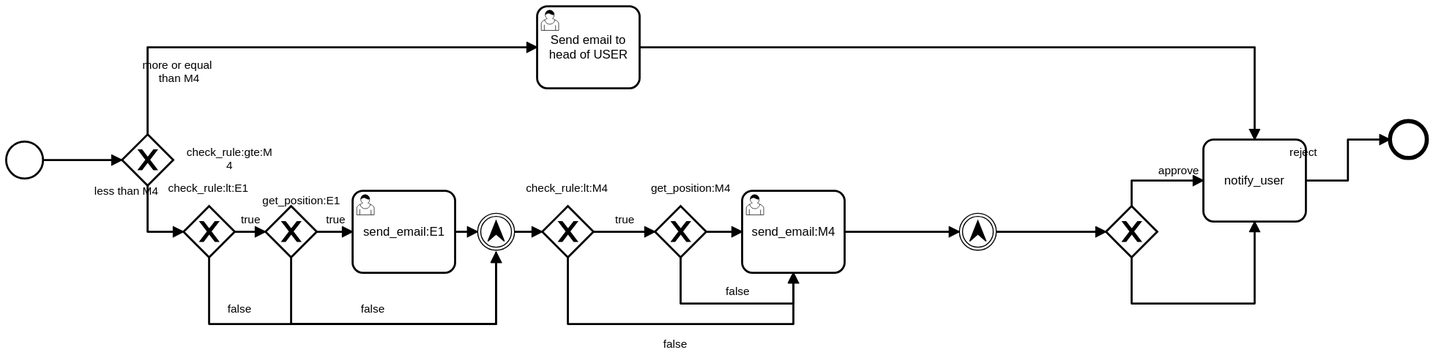
The BPMN diagram processes/E-Leave.svg in gieyazka/bpmn_server, before a commit. Its source is kept beside it as processes/E-Leave.bpmn. Ids are renumbered.
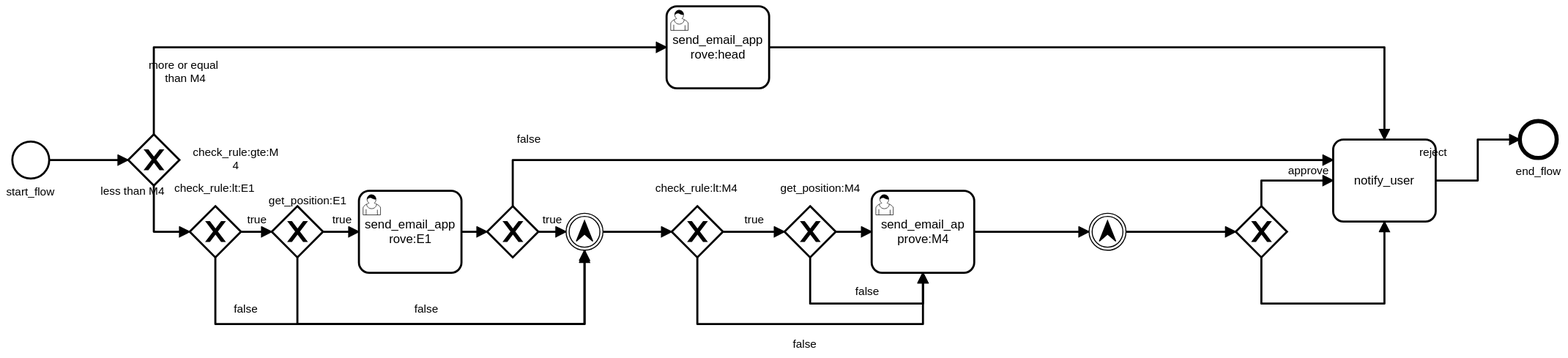
After the commit.

What changed in the source:
```diff
@@ -1,10 +1,10 @@
 <bpmn2:definitions xmlns:xsi="http://www.w3.org/2001/XMLSchema-instance" xmlns:bpmn2="http://www.omg.org/spec/BPMN/20100524/MODEL" xmlns:bpmndi="http://www.omg.org/spec/BPMN/20100524/DI" xmlns:dc="http://www.omg.org/spec/DD/20100524/DC" xmlns:di="http://www.omg.org/spec/DD/20100524/DI" id="sample-diagram" targetNamespace="http://bpmn.io/schema/bpmn" xsi:schemaLocation="http://www.omg.org/spec/BPMN/20100524/MODEL BPMN20.xsd">
-  <bpmn2:process id="Process_1" name="higher than sub_section" isExecutable="false">
-    <bpmn2:startEvent id="StartEvent_1">
+  <bpmn2:process id="Process_1" name="End" isExecutable="false">
+    <bpmn2:startEvent id="StartEvent_1" name="start_flow">
       <bpmn2:outgoing>Flow_n1</bpmn2:outgoing>
     </bpmn2:startEvent>
     <bpmn2:sequenceFlow id="Flow_n1" sourceRef="StartEvent_1" targetRef="checkRule_gte_M2" />
-    <bpmn2:endEvent id="Event_n2">
+    <bpmn2:endEvent id="Event_n2" name="end_flow">
       <bpmn2:incoming>Flow_n3</bpmn2:incoming>
     </bpmn2:endEvent>
     <bpmn2:exclusiveGateway id="checkRule_gte_M2" name="check_rule:gte:M4">
@@ -15,7 +15,7 @@
     <bpmn2:sequenceFlow id="Flow_n4" name="more or equal  than M4" sourceRef="checkRule_gte_M2" targetRef="Activity_n6">
       <bpmn2:conditionExpression xsi:type="bpmn2:tFormalExpression" language="JavaScript">(item.token.execution.output['checkStatus']  ===  true)</bpmn2:conditionExpression>
     </bpmn2:sequenceFlow>
-    <bpmn2:userTask id="Activity_n6" name="Send email to head of USER">
+    <bpmn2:userTask id="Activity_n6" name="send_email_approve:head">
       <bpmn2:incoming>Flow_n4</bpmn2:incoming>
       <bpmn2:outgoing>Flow_n7</bpmn2:outgoing>
     </bpmn2:userTask>
@@ -29,6 +29,7 @@
       <bpmn2:incoming>Flow_n12</bpmn2:incoming>
       <bpmn2:incoming>Flow_n9</bpmn2:incoming>
       <bpmn2:incoming>Flow_n7</bpmn2:incoming>
+      <bpmn2:incoming>Flow_n35</bpmn2:incoming>
       <bpmn2:outgoing>Flow_n3</bpmn2:outgoing>
     </bpmn2:task>
     <bpmn2:exclusiveGateway id="Gateway_n10">
@@ -51,7 +52,7 @@
       <bpmn2:outgoing>Flow_n17</bpmn2:outgoing>
       <bpmn2:outgoing>Flow_n18</bpmn2:outgoing>
     </bpmn2:exclusiveGateway>
-    <bpmn2:userTask id="send_email" name="send_email:E1">
+    <bpmn2:userTask id="send_email" name="send_email_approve:E1">
       <bpmn2:incoming>Flow_n17</bpmn2:incoming>
       <bpmn2:outgoing>Flow_n19</bpmn2:outgoing>
     </bpmn2:userTask>
@@ -78,21 +79,21 @@
       <bpmn2:conditionExpression xsi:type="bpmn2:tFormalExpression" language="JavaScript">(item.token.execution.output["checkStatus"]  ===  true)</bpmn2:conditionExpression>
     </bpmn2:sequenceFlow>
     <bpmn2:sequenceFlow id="Flow_n15" name="false" sourceRef="Gateway_n8" targetRef="Event_n28">
-      <bpmn2:conditionExpression xsi:type="bpmn2:tFormalExpression" language="">(item.token.execution.output["checkStatus"]  ===  false)</bpmn2:conditionExpression>
+      <bpmn2:conditionExpression xsi:type="bpmn2:tFormalExpression" language="JavaScript">(item.token.execution.output["checkStatus"]  ===  false)</bpmn2:conditionExpression>
     </bpmn2:sequenceFlow>
     <bpmn2:sequenceFlow id="Flow_n18" name="false" sourceRef="Gateway_n16" targetRef="Event_n28">
       <bpmn2:conditionExpression xsi:type="bpmn2:tFormalExpression" language="JavaScript">(item.token.execution.output["checkStatus"]  ===  false)</bpmn2:conditionExpression>
     </bpmn2:sequenceFlow>
     <bpmn2:intermediateThrowEvent id="Event_n28">
-      <bpmn2:incoming>Flow_n19</bpmn2:incoming>
+      <bpmn2:incoming>Flow_n36</bpmn2:incoming>
       <bpmn2:incoming>Flow_n15</bpmn2:incoming>
       <bpmn2:incoming>Flow_n18</bpmn2:incoming>
       <bpmn2:outgoing>Flow_n21</bpmn2:outgoing>
       <bpmn2:escalationEventDefinition id="EscalationEventDefinition_n29" />
     </bpmn2:intermediateThrowEvent>
-    <bpmn2:sequenceFlow id="Flow_n19" sourceRef="send_email" targetRef="Event_n28" />
+    <bpmn2:sequenceFlow id="Flow_n19" sourceRef="send_email" targetRef="Gateway_n37" />
     <bpmn2:sequenceFlow id="Flow_n21" sourceRef="Event_n28" targetRef="Gateway_n20" />
-    <bpmn2:userTask id="Activity_n27" name="send_email:M4">
+    <bpmn2:userTask id="Activity_n27" name="send_email_approve:M4">
       <bpmn2:incoming>Flow_n25</bpmn2:incoming>
       <bpmn2:incoming>Flow_n26</bpmn2:incoming>
       <bpmn2:incoming>Flow_n23</bpmn2:incoming>
@@ -111,50 +112,76 @@
     </bpmn2:sequenceFlow>
     <bpmn2:sequenceFlow id="Flow_n30" sourceRef="Activity_n27" targetRef="Event_n31" />
     <bpmn2:sequenceFlow id="Flow_n13" sourceRef="Event_n31" targetRef="Gateway_n10" />
+    <bpmn2:exclusiveGateway id="Gateway_n37">
+      <bpmn2:incoming>Flow_n19</bpmn2:incoming>
+      <bpmn2:outgoing>Flow_n36</bpmn2:outgoing>
+      <bpmn2:outgoing>Flow_n35</bpmn2:outgoing>
+    </bpmn2:exclusiveGateway>
+    <bpmn2:sequenceFlow id="Flow_n36" name="true" sourceRef="Gateway_n37" targetRef="Event_n28">
+      <bpmn2:conditionExpression xsi:type="bpmn2:tFormalExpression" language="JavaScript">(item.token.execution.output["checkStatus"]  ===  true)</bpmn2:conditionExpression>
+    </bpmn2:sequenceFlow>
+    <bpmn2:sequenceFlow id="Flow_n35" name="false" sourceRef="Gateway_n37" targetRef="Activity_n11">
+      <bpmn2:conditionExpression xsi:type="bpmn2:tFormalExpression" language="JavaScript">(item.token.execution.output["checkStatus"]  ===  false)</bpmn2:conditionExpression>
+    </bpmn2:sequenceFlow>
   </bpmn2:process>
   <bpmn2:signal id="Signal_n33" name="Signal_3lfpi4g" />
   <bpmn2:signal id="Signal_n34" name="checkSection" />
   <bpmndi:BPMNDiagram id="BPMNDiagram_1">
     <bpmndi:BPMNPlane id="BPMNPlane_1" bpmnElement="Process_1">
+      <bpmndi:BPMNEdge id="Flow_n35_di" bpmnElement="Flow_n35">
+        <di:waypoint x="650" y="345" />
+        <di:waypoint x="650" y="300" />
+        <di:waypoint x="1450" y="300" />
+        <bpmndi:BPMNLabel>
+          <dc:Bounds x="654" y="273" width="23" height="14" />
+        </bpmndi:BPMNLabel>
+      </bpmndi:BPMNEdge>
+      <bpmndi:BPMNEdge id="Flow_n36_di" bpmnElement="Flow_n36">
+        <di:waypoint x="675" y="370" />
+        <di:waypoint x="702" y="370" />
+        <bpmndi:BPMNLabel>
+          <dc:Bounds x="679" y="352" width="19" height="14" />
+        </bpmndi:BPMNLabel>
+      </bpmndi:BPMNEdge>
       <bpmndi:BPMNEdge id="Flow_n13_di" bpmnElement="Flow_n13">
-        <di:waypoint x="1128" y="370" />
-        <di:waypoint x="1235" y="370" />
+        <di:waypoint x="1248" y="370" />
+        <di:waypoint x="1355" y="370" />
       </bpmndi:BPMNEdge>
       <bpmndi:BPMNEdge id="Flow_n30_di" bpmnElement="Flow_n30">
-        <di:waypoint x="980" y="370" />
-        <di:waypoint x="1092" y="370" />
+        <di:waypoint x="1100" y="370" />
+        <di:waypoint x="1212" y="370" />
       </bpmndi:BPMNEdge>
       <bpmndi:BPMNEdge id="Flow_n26_di" bpmnElement="Flow_n26">
-        <di:waypoint x="820" y="395" />
-        <di:waypoint x="820" y="440" />
-        <di:waypoint x="930" y="440" />
-        <di:waypoint x="930" y="410" />
+        <di:waypoint x="940" y="395" />
+        <di:waypoint x="940" y="440" />
+        <di:waypoint x="1050" y="440" />
+        <di:waypoint x="1050" y="410" />
         <bpmndi:BPMNLabel>
-          <dc:Bounds x="864" y="422" width="23" height="14" />
+          <dc:Bounds x="984" y="422" width="23" height="14" />
         </bpmndi:BPMNLabel>
       </bpmndi:BPMNEdge>
       <bpmndi:BPMNEdge id="Flow_n23_di" bpmnElement="Flow_n23">
-        <di:waypoint x="710" y="395" />
-        <di:waypoint x="710" y="460" />
-        <di:waypoint x="930" y="460" />
-        <di:waypoint x="930" y="410" />
+        <di:waypoint x="830" y="395" />
+        <di:waypoint x="830" y="460" />
+        <di:waypoint x="1050" y="460" />
+        <di:waypoint x="1050" y="410" />
         <bpmndi:BPMNLabel>
-          <dc:Bounds x="803" y="473" width="23" height="14" />
+          <dc:Bounds x="923" y="473" width="23" height="14" />
         </bpmndi:BPMNLabel>
       </bpmndi:BPMNEdge>
       <bpmndi:BPMNEdge id="Flow_n21_di" bpmnElement="Flow_n21">
-        <di:waypoint x="658" y="370" />
-        <di:waypoint x="685" y="370" />
+        <di:waypoint x="738" y="370" />
+        <di:waypoint x="805" y="370" />
       </bpmndi:BPMNEdge>
       <bpmndi:BPMNEdge id="Flow_n19_di" bpmnElement="Flow_n19">
         <di:waypoint x="600" y="370" />
-        <di:waypoint x="622" y="370" />
+        <di:waypoint x="625" y="370" />
       </bpmndi:BPMNEdge>
       <bpmndi:BPMNEdge id="Flow_n18_di" bpmnElement="Flow_n18">
         <di:waypoint x="440" y="395" />
         <di:waypoint x="440" y="460" />
-        <di:waypoint x="640" y="460" />
-        <di:waypoint x="640" y="390" />
+        <di:waypoint x="720" y="460" />
+        <di:waypoint x="720" y="388" />
         <bpmndi:BPMNLabel>
           <dc:Bounds x="378" y="439" width="23" height="14" />
         </bpmndi:BPMNLabel>
@@ -162,21 +189,21 @@
       <bpmndi:BPMNEdge id="Flow_n15_di" bpmnElement="Flow_n15">
         <di:waypoint x="360" y="395" />
         <di:waypoint x="360" y="460" />
-        <di:waypoint x="640" y="460" />
-        <di:waypoint x="640" y="390" />
+        <di:waypoint x="720" y="460" />
+        <di:waypoint x="720" y="390" />
         <bpmndi:BPMNLabel>
-          <dc:Bounds x="508" y="439" width="23" height="14" />
+          <dc:Bounds x="554" y="439" width="23" height="14" />
         </bpmndi:BPMNLabel>
       </bpmndi:BPMNEdge>
       <bpmndi:BPMNEdge id="Flow_n25_di" bpmnElement="Flow_n25">
-        <di:waypoint x="845" y="370" />
-        <di:waypoint x="880" y="370" />
+        <di:waypoint x="965" y="370" />
+        <di:waypoint x="1000" y="370" />
       </bpmndi:BPMNEdge>
       <bpmndi:BPMNEdge id="Flow_n22_di" bpmnElement="Flow_n22">
-        <di:waypoint x="735" y="370" />
-        <di:waypoint x="795" y="370" />
+        <di:waypoint x="855" y="370" />
+        <di:waypoint x="915" y="370" />
         <bpmndi:BPMNLabel>
-          <dc:Bounds x="756" y="352" width="19" height="14" />
+          <dc:Bounds x="876" y="352" width="19" height="14" />
         </bpmndi:BPMNLabel>
       </bpmndi:BPMNEdge>
       <bpmndi:BPMNEdge id="Flow_n17_di" bpmnElement="Flow_n17">
@@ -194,31 +221,31 @@
         </bpmndi:BPMNLabel>
       </bpmndi:BPMNEdge>
       <bpmndi:BPMNEdge id="Flow_n7_di" bpmnElement="Flow_n7">
-        <di:waypoint x="780" y="190" />
-        <di:waypoint x="1380" y="190" />
-        <di:waypoint x="1380" y="280" />
+        <di:waypoint x="900" y="190" />
+        <di:waypoint x="1500" y="190" />
+        <di:waypoint x="1500" y="280" />
       </bpmndi:BPMNEdge>
       <bpmndi:BPMNEdge id="Flow_n3_di" bpmnElement="Flow_n3">
-        <di:waypoint x="1430" y="320" />
-        <di:waypoint x="1471" y="320" />
-        <di:waypoint x="1471" y="280" />
-        <di:waypoint x="1512" y="280" />
+        <di:waypoint x="1550" y="320" />
+        <di:waypoint x="1591" y="320" />
+        <di:waypoint x="1591" y="280" />
+        <di:waypoint x="1632" y="280" />
       </bpmndi:BPMNEdge>
       <bpmndi:BPMNEdge id="Flow_n12_di" bpmnElement="Flow_n12">
-        <di:waypoint x="1260" y="395" />
-        <di:waypoint x="1260" y="440" />
+        <di:waypoint x="1380" y="395" />
         <di:waypoint x="1380" y="440" />
-        <di:waypoint x="1380" y="360" />
+        <di:waypoint x="1500" y="440" />
+        <di:waypoint x="1500" y="360" />
         <bpmndi:BPMNLabel>
-          <dc:Bounds x="1414" y="286" width="28" height="14" />
+          <dc:Bounds x="1534" y="286" width="28" height="14" />
         </bpmndi:BPMNLabel>
       </bpmndi:BPMNEdge>
       <bpmndi:BPMNEdge id="Flow_n9_di" bpmnElement="Flow_n9">
-        <di:waypoint x="1260" y="345" />
-        <di:waypoint x="1260" y="320" />
-        <di:waypoint x="1330" y="320" />
+        <di:waypoint x="1380" y="345" />
+        <di:waypoint x="1380" y="320" />
+        <di:waypoint x="1450" y="320" />
         <bpmndi:BPMNLabel>
-          <dc:Bounds x="1286" y="304" width="41" height="14" />
+          <dc:Bounds x="1406" y="304" width="41" height="14" />
         </bpmndi:BPMNLabel>
       </bpmndi:BPMNEdge>
       <bpmndi:BPMNEdge id="Flow_n5_di" bpmnElement="Flow_n5">
@@ -232,7 +259,7 @@
       <bpmndi:BPMNEdge id="Flow_n4_di" bpmnElement="Flow_n4">
         <di:waypoint x="300" y="275" />
         <di:waypoint x="300" y="190" />
-        <di:waypoint x="680" y="190" />
+        <di:waypoint x="800" y="190" />
         <bpmndi:BPMNLabel>
           <dc:Bounds x="295" y="201" width="71" height="27" />
         </bpmndi:BPMNLabel>
@@ -243,9 +270,15 @@
       </bpmndi:BPMNEdge>
       <bpmndi:BPMNShape id="_BPMNShape_StartEvent_2" bpmnElement="StartEvent_1">
         <dc:Bounds x="162" y="282" width="36" height="36" />
+        <bpmndi:BPMNLabel>
+          <dc:Bounds x="156" y="325" width="48" height="14" />
+        </bpmndi:BPMNLabel>
       </bpmndi:BPMNShape>
       <bpmndi:BPMNShape id="Event_n2_di" bpmnElement="Event_n2">
-        <dc:Bounds x="1512" y="262" width="36" height="36" />
+        <dc:Bounds x="1632" y="262" width="36" height="36" />
+        <bpmndi:BPMNLabel>
+          <dc:Bounds x="1628" y="305" width="45" height="14" />
+        </bpmndi:BPMNLabel>
       </bpmndi:BPMNShape>
       <bpmndi:BPMNShape id="Gateway_0qu597z_di" bpmnElement="checkRule_gte_M2" isMarkerVisible="true">
         <dc:Bounds x="275" y="275" width="50" height="50" />
@@ -254,13 +287,13 @@
         </bpmndi:BPMNLabel>
       </bpmndi:BPMNShape>
       <bpmndi:BPMNShape id="Activity_0fv9wu2_di" bpmnElement="Activity_n6">
-        <dc:Bounds x="680" y="150" width="100" height="80" />
+        <dc:Bounds x="800" y="150" width="100" height="80" />
       </bpmndi:BPMNShape>
       <bpmndi:BPMNShape id="Activity_n11_di" bpmnElement="Activity_n11">
-        <dc:Bounds x="1330" y="280" width="100" height="80" />
+        <dc:Bounds x="1450" y="280" width="100" height="80" />
       </bpmndi:BPMNShape>
       <bpmndi:BPMNShape id="Gateway_n10_di" bpmnElement="Gateway_n10" isMarkerVisible="true">
-        <dc:Bounds x="1235" y="345" width="50" height="50" />
+        <dc:Bounds x="1355" y="345" width="50" height="50" />
       </bpmndi:BPMNShape>
       <bpmndi:BPMNShape id="Gateway_n8_di" bpmnElement="Gateway_n8" isMarkerVisible="true">
         <dc:Bounds x="335" y="345" width="50" height="50" />
@@ -278,25 +311,28 @@
         <dc:Bounds x="500" y="330" width="100" height="80" />
       </bpmndi:BPMNShape>
       <bpmndi:BPMNShape id="Gateway_n20_di" bpmnElement="Gateway_n20" isMarkerVisible="true">
-        <dc:Bounds x="685" y="345" width="50" height="50" />
+        <dc:Bounds x="805" y="345" width="50" height="50" />
         <bpmndi:BPMNLabel>
-          <dc:Bounds x="669" y="321" width="81" height="14" />
+          <dc:Bounds x="789" y="321" width="81" height="14" />
         </bpmndi:BPMNLabel>
       </bpmndi:BPMNShape>
       <bpmndi:BPMNShape id="Gateway_n24_di" bpmnElement="Gateway_n24" isMarkerVisible="true">
-        <dc:Bounds x="795" y="345" width="50" height="50" />
+        <dc:Bounds x="915" y="345" width="50" height="50" />
         <bpmndi:BPMNLabel>
-          <dc:Bounds x="791" y="321" width="78" height="14" />
+          <dc:Bounds x="911" y="321" width="78" height="14" />
         </bpmndi:BPMNLabel>
       </bpmndi:BPMNShape>
       <bpmndi:BPMNShape id="Event_0j89cl6_di" bpmnElement="Event_n28">
-        <dc:Bounds x="622" y="352" width="36" height="36" />
+        <dc:Bounds x="702" y="352" width="36" height="36" />
       </bpmndi:BPMNShape>
       <bpmndi:BPMNShape id="Activity_1iqoobb_di" bpmnElement="Activity_n27">
-        <dc:Bounds x="880" y="330" width="100" height="80" />
+        <dc:Bounds x="1000" y="330" width="100" height="80" />
       </bpmndi:BPMNShape>
       <bpmndi:BPMNShape id="Event_1ywyekw_di" bpmnElement="Event_n31">
-        <dc:Bounds x="1092" y="352" width="36" height="36" />
+        <dc:Bounds x="1212" y="352" width="36" height="36" />
+      </bpmndi:BPMNShape>
+      <bpmndi:BPMNShape id="Gateway_n37_di" bpmnElement="Gateway_n37" isMarkerVisible="true">
+        <dc:Bounds x="625" y="345" width="50" height="50" />
       </bpmndi:BPMNShape>
     </bpmndi:BPMNPlane>
   </bpmndi:BPMNDiagram>
```
